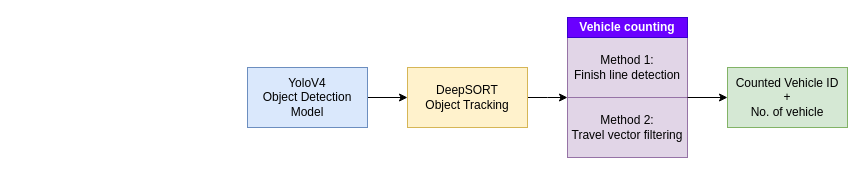
This is page "overview" (3 of 4) of diagrams.drawio from yamiyukiharu/trafficVehicleCounter, a draw.io file, before an edit. Source tidied: cells renumbered, new cells numbered last; positions are measured from the earlier drawing's top-left corner, leaving out a move shared by most shapes. Both pictures are drawn from the tidied source at 100%, with x=0, y=0 at pixel (247, 17).
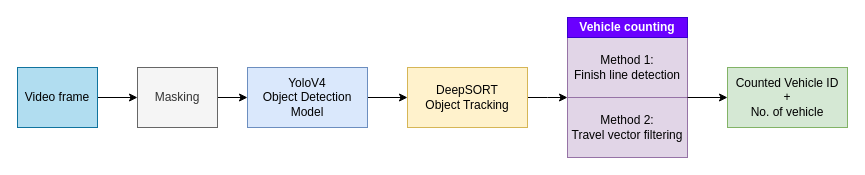
The same page after the edit.

The edit, as a diff of the source:
```diff
@@
 <mxGraphModel>
   <root>
     <mxCell id="0" />
     <mxCell id="1" parent="0" />
     <mxCell id="2" style="edgeStyle=orthogonalEdgeStyle;rounded=0;jettySize=auto;html=1;" parent="1" edge="1" source="3" target="5">
       <mxGeometry relative="1" as="geometry" />
     </mxCell>
     <mxCell id="3" value="YoloV4 &lt;br&gt;Object Detection Model" style="rounded=0;whiteSpace=wrap;html=1;fillColor=#dae8fc;strokeColor=#6c8ebf;" parent="1" vertex="1">
       <mxGeometry y="50" width="120" height="60" as="geometry" />
     </mxCell>
     <mxCell id="4" style="edgeStyle=orthogonalEdgeStyle;rounded=0;jettySize=auto;html=1;" parent="1" edge="1" source="5">
       <mxGeometry relative="1" as="geometry">
         <mxPoint x="320" y="80" as="targetPoint" />
       </mxGeometry>
     </mxCell>
     <mxCell id="5" value="DeepSORT&lt;br&gt;Object Tracking" style="rounded=0;whiteSpace=wrap;html=1;fillColor=#fff2cc;strokeColor=#d6b656;" parent="1" vertex="1">
       <mxGeometry x="160" y="50" width="120" height="60" as="geometry" />
     </mxCell>
     <mxCell id="6" value="Method 1:&lt;br&gt;Finish line detection" style="rounded=0;whiteSpace=wrap;html=1;fillColor=#e1d5e7;strokeColor=#9673a6;" parent="1" vertex="1">
       <mxGeometry x="320" y="20" width="120" height="60" as="geometry" />
     </mxCell>
     <mxCell id="7" value="Method 2:&lt;br&gt;Travel vector filtering" style="rounded=0;whiteSpace=wrap;html=1;fillColor=#e1d5e7;strokeColor=#9673a6;" parent="1" vertex="1">
       <mxGeometry x="320" y="80" width="120" height="60" as="geometry" />
     </mxCell>
     <mxCell id="8" value="Vehicle counting" style="rounded=0;whiteSpace=wrap;html=1;labelBackgroundColor=none;fillColor=#6a00ff;strokeColor=#3700CC;fontStyle=1;fontColor=#ffffff;" parent="1" vertex="1">
       <mxGeometry x="320" width="120" height="20" as="geometry" />
     </mxCell>
     <mxCell id="9" value="Counted Vehicle ID&lt;br&gt;+&lt;br&gt;No. of vehicle" style="rounded=0;whiteSpace=wrap;html=1;labelBackgroundColor=none;fillColor=#d5e8d4;strokeColor=#82b366;" parent="1" vertex="1">
       <mxGeometry x="480" y="50" width="120" height="60" as="geometry" />
     </mxCell>
     <mxCell id="10" style="endArrow=classic;html=1;" parent="1" edge="1">
       <mxGeometry relative="1" as="geometry">
         <mxPoint x="440" y="80" as="sourcePoint" />
         <mxPoint x="480" y="80" as="targetPoint" />
       </mxGeometry>
     </mxCell>
+    <mxCell id="11" style="edgeStyle=orthogonalEdgeStyle;rounded=0;jettySize=auto;html=1;" parent="1" edge="1" source="12" target="14">
+      <mxGeometry relative="1" as="geometry" />
+    </mxCell>
+    <mxCell id="12" value="Video frame" style="rounded=0;whiteSpace=wrap;html=1;fillColor=#b1ddf0;strokeColor=#10739e;" parent="1" vertex="1">
+      <mxGeometry x="-230" y="50" width="80" height="60" as="geometry" />
+    </mxCell>
+    <mxCell id="13" style="edgeStyle=orthogonalEdgeStyle;rounded=0;jettySize=auto;html=1;" parent="1" edge="1" source="14" target="3">
+      <mxGeometry relative="1" as="geometry" />
+    </mxCell>
+    <mxCell id="14" value="Masking" style="rounded=0;whiteSpace=wrap;html=1;fillColor=#f5f5f5;strokeColor=#666666;fontColor=#333333;" parent="1" vertex="1">
+      <mxGeometry x="-110" y="50" width="80" height="60" as="geometry" />
+    </mxCell>
   </root>
 </mxGraphModel>
```
